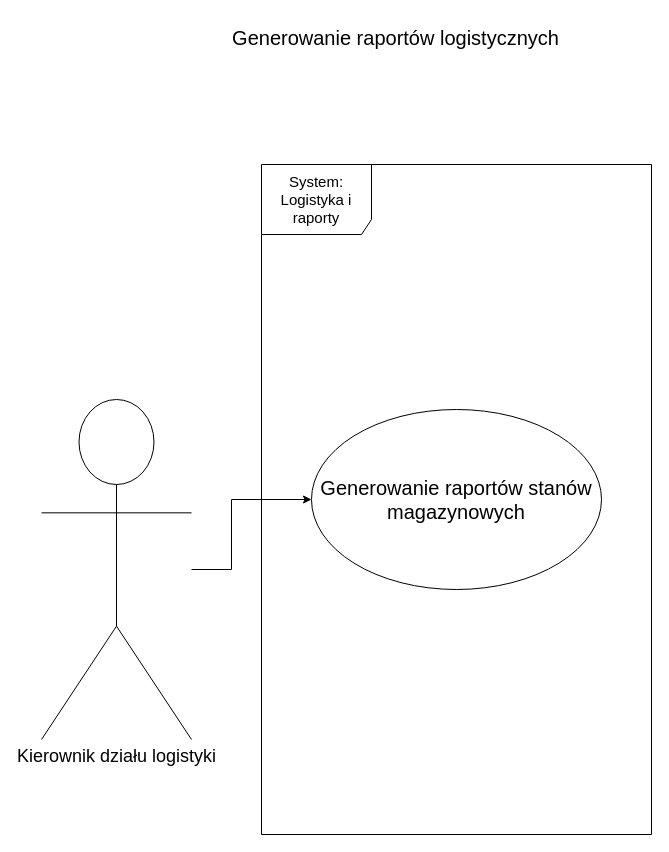
The draw.io diagram diagramy/PrzypadkiUzycia/Diagram3.drawio in kacperMa25/In-ynieriaOprogramowania, before the edit. Source tidied: cells renumbered, new cells numbered last; positions are measured from the earlier drawing's top-left corner, leaving out a move shared by most shapes. Both pictures are drawn from the tidied source at 100%, with x=0, y=0 at pixel (41, 17).
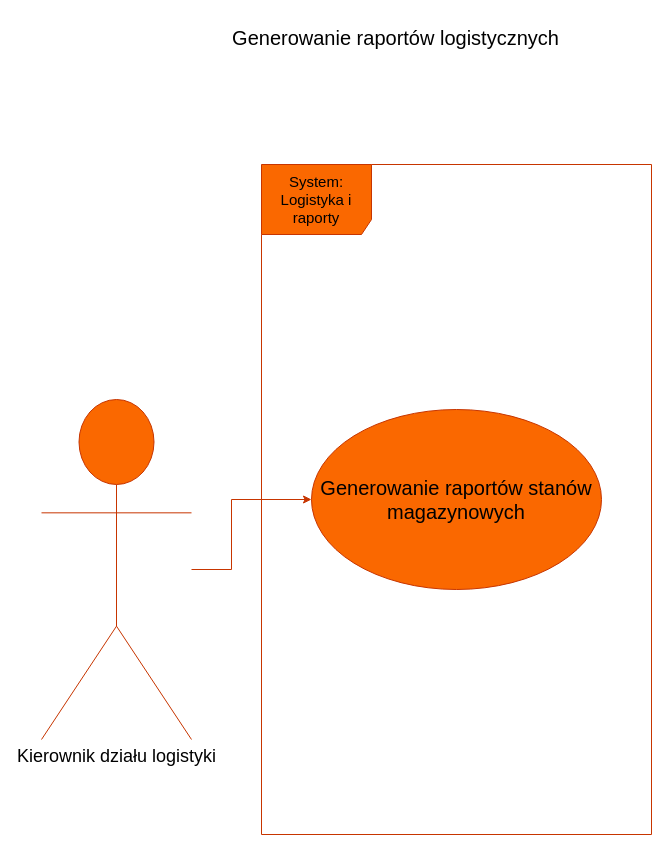
The same page after the edit.

What changed in the source:
```diff
@@
 <mxGraphModel>
   <root>
     <mxCell id="0" />
     <mxCell id="1" parent="0" />
     <mxCell id="2" value="&lt;font style=&quot;font-size: 20px;&quot;&gt;Generowanie raportów logistycznych&lt;/font&gt;" style="text;html=1;align=center;verticalAlign=middle;strokeColor=none;fillColor=none;" parent="1" vertex="1">
       <mxGeometry x="179" width="350" height="40" as="geometry" />
     </mxCell>
-    <mxCell id="3" style="edgeStyle=orthogonalEdgeStyle;rounded=0;jettySize=auto;html=1;" parent="1" edge="1" source="4" target="6">
+    <mxCell id="3" style="edgeStyle=orthogonalEdgeStyle;rounded=0;jettySize=auto;html=1;fillColor=#fa6800;strokeColor=#C73500;" parent="1" edge="1" source="4" target="6">
       <mxGeometry relative="1" as="geometry">
         <Array as="points">
           <mxPoint x="190" y="552" />
           <mxPoint x="190" y="482" />
         </Array>
       </mxGeometry>
     </mxCell>
-    <mxCell id="4" value="&lt;font style=&quot;font-size: 18px;&quot;&gt;Kierownik działu logistyki&lt;/font&gt;" style="shape=umlActor;verticalLabelPosition=bottom;verticalAlign=top;html=1;outlineConnect=0;" parent="1" vertex="1">
+    <mxCell id="4" value="&lt;font style=&quot;font-size: 18px;&quot;&gt;Kierownik działu logistyki&lt;/font&gt;" style="shape=umlActor;verticalLabelPosition=bottom;verticalAlign=top;html=1;outlineConnect=0;fillColor=#fa6800;fontColor=#000000;strokeColor=#C73500;" parent="1" vertex="1">
       <mxGeometry y="382" width="150" height="340" as="geometry" />
     </mxCell>
-    <mxCell id="5" value="&lt;font style=&quot;font-size: 15px;&quot;&gt;System: Logistyka i raporty&lt;/font&gt;" style="shape=umlFrame;whiteSpace=wrap;html=1;width=110;height=70;" parent="1" vertex="1">
+    <mxCell id="5" value="&lt;font style=&quot;font-size: 15px;&quot;&gt;System: Logistyka i raporty&lt;/font&gt;" style="shape=umlFrame;whiteSpace=wrap;html=1;width=110;height=70;fillColor=#fa6800;fontColor=#000000;strokeColor=#C73500;" parent="1" vertex="1">
       <mxGeometry x="220" y="147" width="390" height="670" as="geometry" />
     </mxCell>
-    <mxCell id="6" value="&lt;font style=&quot;font-size: 20px;&quot;&gt;Generowanie raportów stanów magazynowych&lt;/font&gt;" style="ellipse;whiteSpace=wrap;html=1;" parent="1" vertex="1">
+    <mxCell id="6" value="&lt;font style=&quot;font-size: 20px;&quot;&gt;Generowanie raportów stanów magazynowych&lt;/font&gt;" style="ellipse;whiteSpace=wrap;html=1;fillColor=#fa6800;fontColor=#000000;strokeColor=#C73500;" parent="1" vertex="1">
       <mxGeometry x="270" y="392" width="290" height="180" as="geometry" />
     </mxCell>
   </root>
 </mxGraphModel>
```
